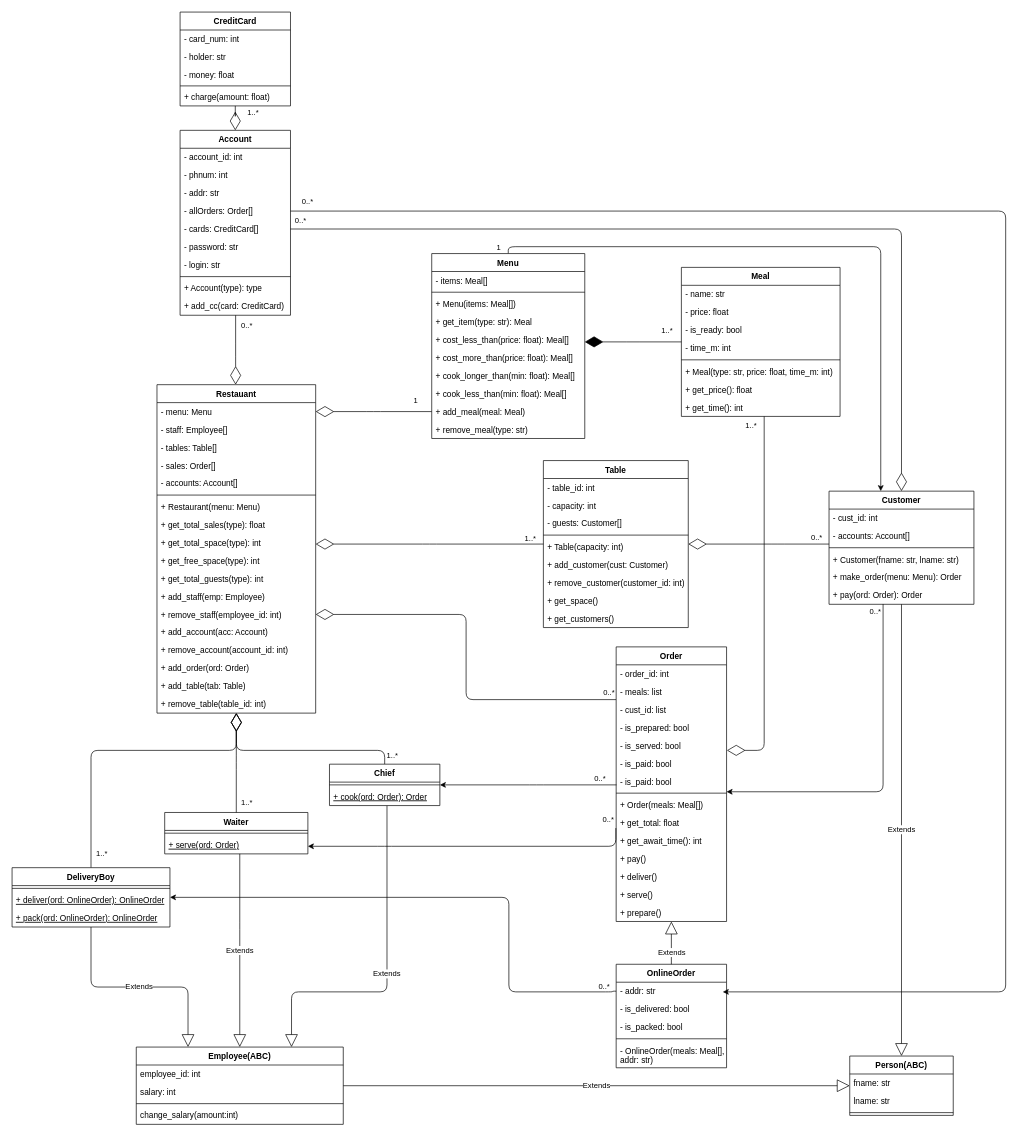
Above: python_module/task4/MyDiagram2.drawio in BogdanArtem/python-education (draw.io), before the change. Source tidied: cells renumbered, new cells numbered last; positions are measured from the earlier drawing's top-left corner, leaving out a move shared by most shapes. Both pictures are drawn from the tidied source at 69%, with x=0, y=0 at pixel (12, 12).
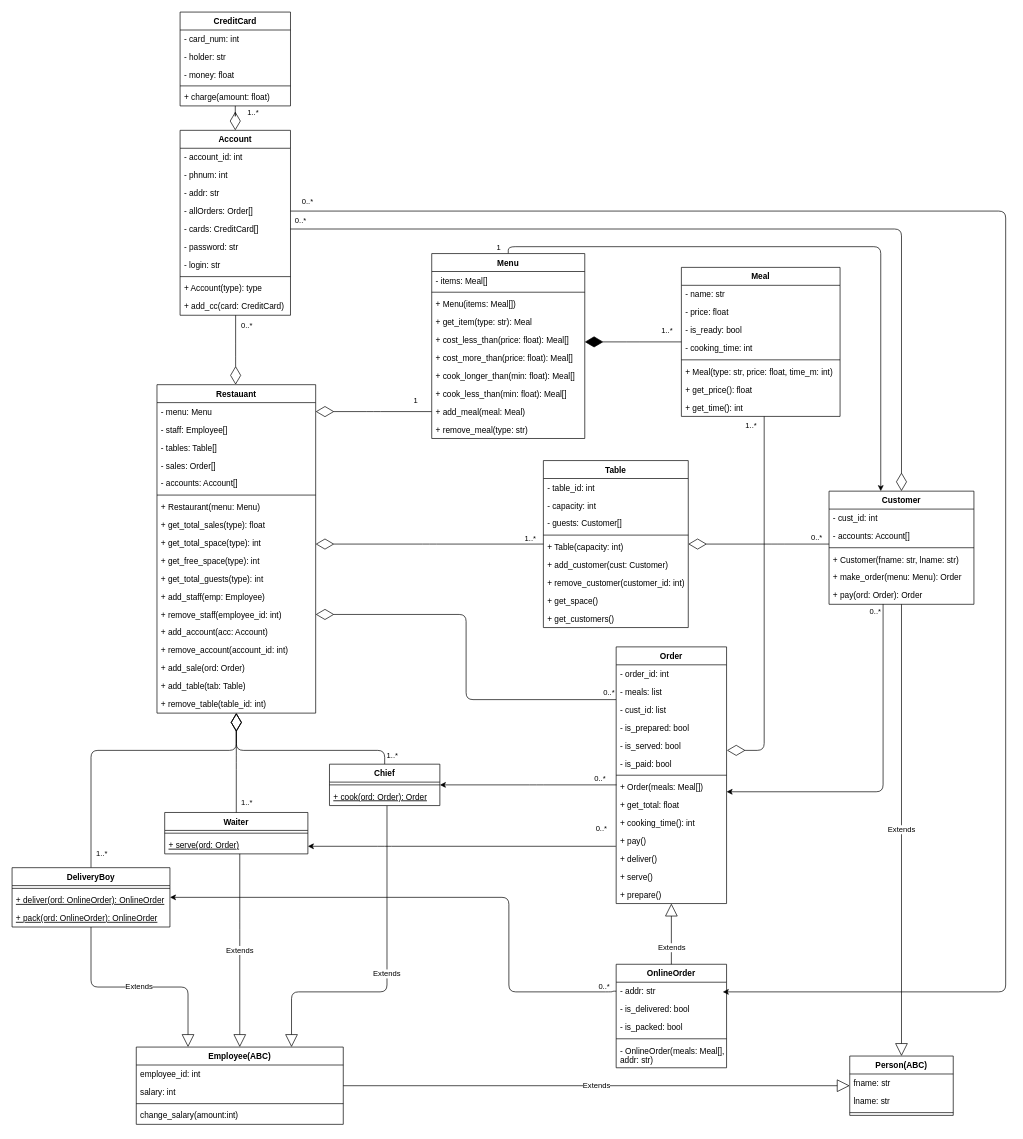
Above is the later version.

Commit message (it also covers changes not shown here):
Fixed pack and deliver methods, fixed naming

Unchanged cells that the change refers to:
```xml
<mxCell id="44" value="Waiter" style="swimlane;fontStyle=1;align=center;verticalAlign=top;horizontal=1;startSize=26;" parent="1" vertex="1">
  <mxGeometry x="221.2" y="1160" width="207.5" height="60" as="geometry" />
</mxCell>
<mxCell id="59" value="Meal" style="swimlane;fontStyle=1;align=center;verticalAlign=top;horizontal=1;startSize=26;" parent="1" vertex="1">
  <mxGeometry x="970" y="370" width="230" height="216" as="geometry" />
</mxCell>
<mxCell id="81" value="Restauant" style="swimlane;fontStyle=1;align=center;verticalAlign=top;horizontal=1;startSize=26;" parent="1" vertex="1">
  <mxGeometry x="210" y="540" width="230" height="476" as="geometry" />
</mxCell>
```

The edit, as a diff of the source:
```diff
@@
     <mxCell id="12" value="Order" style="swimlane;fontStyle=1;align=center;verticalAlign=top;horizontal=1;startSize=26;" parent="1" vertex="1">
-      <mxGeometry x="875.5" y="920" width="160" height="398" as="geometry" />
+      <mxGeometry x="875.5" y="920" width="160" height="372" as="geometry" />
     </mxCell>
@@
-    <mxCell id="19" value="- is_paid: bool" style="text;strokeColor=none;fillColor=none;align=left;verticalAlign=top;spacingLeft=4;spacingRight=4;overflow=hidden;" parent="12" vertex="1">
-      <mxGeometry y="182" width="160" height="26" as="geometry" />
-    </mxCell>
     <mxCell id="20" style="line;strokeWidth=1;fillColor=none;align=left;verticalAlign=middle;spacingTop=-1;spacingLeft=3;spacingRight=3;labelPosition=right;" parent="12" vertex="1">
-      <mxGeometry y="208" width="160" height="8" as="geometry" />
+      <mxGeometry y="182" width="160" height="8" as="geometry" />
     </mxCell>
     <mxCell id="21" value="+ Order(meals: Meal[])" style="text;strokeColor=none;fillColor=none;align=left;verticalAlign=top;spacingLeft=4;spacingRight=4;overflow=hidden;" parent="12" vertex="1">
-      <mxGeometry y="216" width="160" height="26" as="geometry" />
+      <mxGeometry y="190" width="160" height="26" as="geometry" />
     </mxCell>
     <mxCell id="22" value="+ get_total: float" style="text;strokeColor=none;fillColor=none;align=left;verticalAlign=top;spacingLeft=4;spacingRight=4;overflow=hidden;points=[[0,0.5],[1,0.5]];portConstraint=eastwest;" parent="12" vertex="1">
-      <mxGeometry y="242" width="160" height="26" as="geometry" />
+      <mxGeometry y="216" width="160" height="26" as="geometry" />
     </mxCell>
-    <mxCell id="23" value="+ get_await_time(): int" style="text;strokeColor=none;fillColor=none;align=left;verticalAlign=top;spacingLeft=4;spacingRight=4;overflow=hidden;" parent="12" vertex="1">
-      <mxGeometry y="268" width="160" height="26" as="geometry" />
+    <mxCell id="23" value="+ cooking_time(): int" style="text;strokeColor=none;fillColor=none;align=left;verticalAlign=top;spacingLeft=4;spacingRight=4;overflow=hidden;" parent="12" vertex="1">
+      <mxGeometry y="242" width="160" height="26" as="geometry" />
     </mxCell>
     <mxCell id="24" value="+ pay()" style="text;strokeColor=none;fillColor=none;align=left;verticalAlign=top;spacingLeft=4;spacingRight=4;overflow=hidden;" parent="12" vertex="1">
-      <mxGeometry y="294" width="160" height="26" as="geometry" />
+      <mxGeometry y="268" width="160" height="26" as="geometry" />
     </mxCell>
     <mxCell id="25" value="+ deliver()" style="text;strokeColor=none;fillColor=none;align=left;verticalAlign=top;spacingLeft=4;spacingRight=4;overflow=hidden;" parent="12" vertex="1">
-      <mxGeometry y="320" width="160" height="26" as="geometry" />
+      <mxGeometry y="294" width="160" height="26" as="geometry" />
     </mxCell>
     <mxCell id="26" value="+ serve()" style="text;strokeColor=none;fillColor=none;align=left;verticalAlign=top;spacingLeft=4;spacingRight=4;overflow=hidden;" parent="12" vertex="1">
-      <mxGeometry y="346" width="160" height="26" as="geometry" />
+      <mxGeometry y="320" width="160" height="26" as="geometry" />
     </mxCell>
     <mxCell id="27" value="+ prepare()" style="text;strokeColor=none;fillColor=none;align=left;verticalAlign=top;spacingLeft=4;spacingRight=4;overflow=hidden;" parent="12" vertex="1">
-      <mxGeometry y="372" width="160" height="26" as="geometry" />
+      <mxGeometry y="346" width="160" height="26" as="geometry" />
     </mxCell>
@@
-    <mxCell id="63" value="- time_m: int" style="text;strokeColor=none;fillColor=none;align=left;verticalAlign=top;spacingLeft=4;spacingRight=4;overflow=hidden;" parent="59" vertex="1">
+    <mxCell id="63" value="- cooking_time: int" style="text;strokeColor=none;fillColor=none;align=left;verticalAlign=top;spacingLeft=4;spacingRight=4;overflow=hidden;" parent="59" vertex="1">
       <mxGeometry y="104" width="230" height="26" as="geometry" />
     </mxCell>
@@
-    <mxCell id="98" value="+ add_order(ord: Order)" style="text;strokeColor=none;fillColor=none;align=left;verticalAlign=top;spacingLeft=4;spacingRight=4;overflow=hidden;" parent="81" vertex="1">
+    <mxCell id="98" value="+ add_sale(ord: Order)" style="text;strokeColor=none;fillColor=none;align=left;verticalAlign=top;spacingLeft=4;spacingRight=4;overflow=hidden;" parent="81" vertex="1">
       <mxGeometry y="398" width="230" height="26" as="geometry" />
     </mxCell>
@@
-    <mxCell id="154" style="edgeStyle=orthogonalEdgeStyle;rounded=1;jettySize=auto;html=1;exitX=-0.003;exitY=0.793;exitDx=0;exitDy=0;exitPerimeter=0;" parent="1" edge="1" source="22" target="44">
+    <mxCell id="154" style="edgeStyle=orthogonalEdgeStyle;rounded=1;jettySize=auto;html=1;" parent="1" edge="1" target="44">
       <mxGeometry relative="1" as="geometry">
+        <mxPoint x="875" y="1209" as="sourcePoint" />
         <Array as="points">
           <mxPoint x="540" y="1209" />
           <mxPoint x="540" y="1209" />
         </Array>
       </mxGeometry>
     </mxCell>
```
